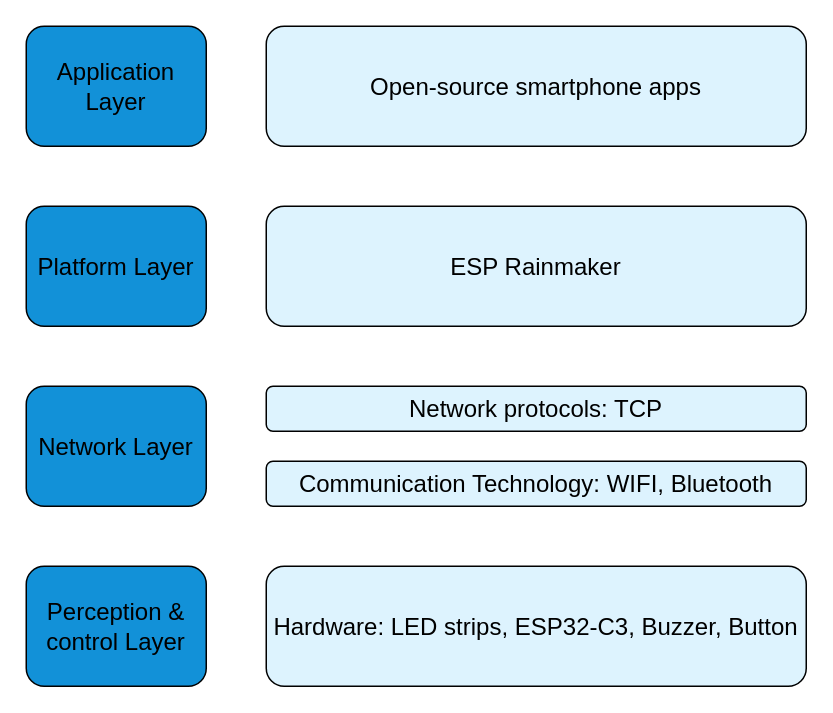
Above: page "Page-3" (3 of 3) of PBL5.drawio in 106210049/CK_RTOS (draw.io), before the change. Source tidied: cells renumbered, new cells numbered last; positions are measured from the earlier drawing's top-left corner, leaving out a move shared by most shapes. Both pictures are drawn from the tidied source at 150%, with x=0, y=0 at pixel (26, 26).
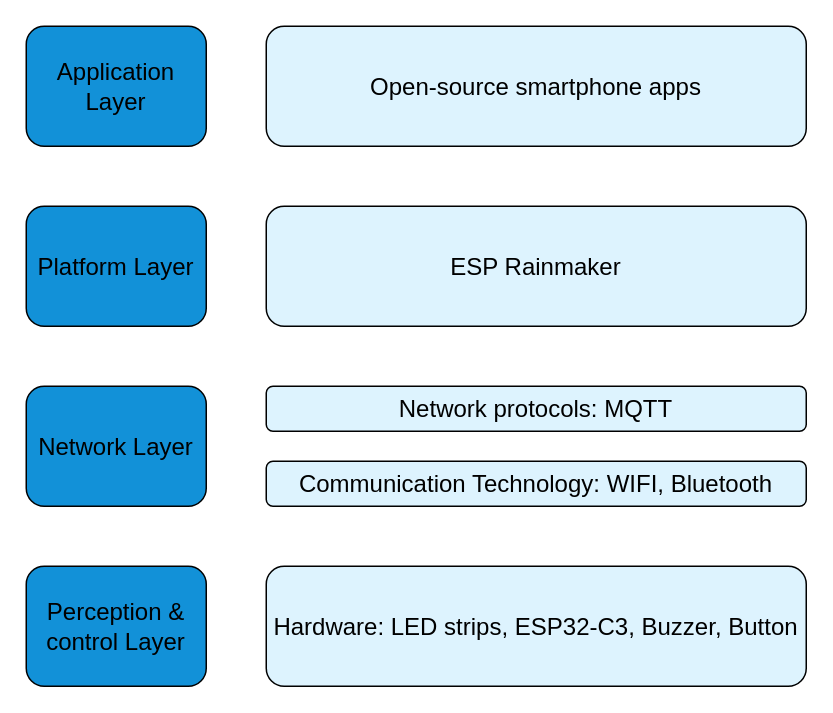
Above is the later version.

Change to the diagram source:
```diff
@@
 <mxGraphModel>
   <root>
     <mxCell id="0" />
     <mxCell id="1" parent="0" />
     <mxCell id="2" value="Application Layer" style="rounded=1;whiteSpace=wrap;html=1;fontSize=16;fillColor=#1291D8;" parent="1" vertex="1">
       <mxGeometry width="120" height="80" as="geometry" />
     </mxCell>
     <mxCell id="3" value="Platform Layer" style="rounded=1;whiteSpace=wrap;html=1;fontSize=16;fillColor=#1291D8;" parent="1" vertex="1">
       <mxGeometry y="120" width="120" height="80" as="geometry" />
     </mxCell>
     <mxCell id="4" value="Network Layer" style="rounded=1;whiteSpace=wrap;html=1;fontSize=16;fillColor=#1291D8;" parent="1" vertex="1">
       <mxGeometry y="240" width="120" height="80" as="geometry" />
     </mxCell>
     <mxCell id="5" value="Perception &amp;amp; control Layer" style="rounded=1;whiteSpace=wrap;html=1;fontSize=16;fillColor=#1291D8;" parent="1" vertex="1">
       <mxGeometry y="360" width="120" height="80" as="geometry" />
     </mxCell>
     <mxCell id="6" value="Open-source smartphone apps" style="rounded=1;whiteSpace=wrap;html=1;fontSize=16;fillColor=#DDF3FE;strokeColor=light-dark(#000000,#54A9CE);" parent="1" vertex="1">
       <mxGeometry x="160" width="360" height="80" as="geometry" />
     </mxCell>
     <mxCell id="7" value="ESP Rainmaker" style="rounded=1;whiteSpace=wrap;html=1;fontSize=16;fillColor=#DDF3FE;strokeColor=light-dark(#000000,#54A9CE);" parent="1" vertex="1">
       <mxGeometry x="160" y="120" width="360" height="80" as="geometry" />
     </mxCell>
-    <mxCell id="8" value="Network protocols: TCP" style="rounded=1;whiteSpace=wrap;html=1;fontSize=16;fillColor=#DDF3FE;strokeColor=light-dark(#000000,#54A9CE);" parent="1" vertex="1">
+    <mxCell id="8" value="Network protocols: MQTT" style="rounded=1;whiteSpace=wrap;html=1;fontSize=16;fillColor=#DDF3FE;strokeColor=light-dark(#000000,#54A9CE);" parent="1" vertex="1">
       <mxGeometry x="160" y="240" width="360" height="30" as="geometry" />
     </mxCell>
     <mxCell id="9" value="Communication Technology: WIFI, Bluetooth" style="rounded=1;whiteSpace=wrap;html=1;fontSize=16;fillColor=#DDF3FE;strokeColor=light-dark(#000000,#54A9CE);" parent="1" vertex="1">
       <mxGeometry x="160" y="290" width="360" height="30" as="geometry" />
     </mxCell>
     <mxCell id="10" value="Hardware: LED strips, ESP32-C3, Buzzer, Button" style="rounded=1;whiteSpace=wrap;html=1;fontSize=16;fillColor=#DDF3FE;strokeColor=light-dark(#000000,#54A9CE);" parent="1" vertex="1">
       <mxGeometry x="160" y="360" width="360" height="80" as="geometry" />
     </mxCell>
   </root>
 </mxGraphModel>
```
